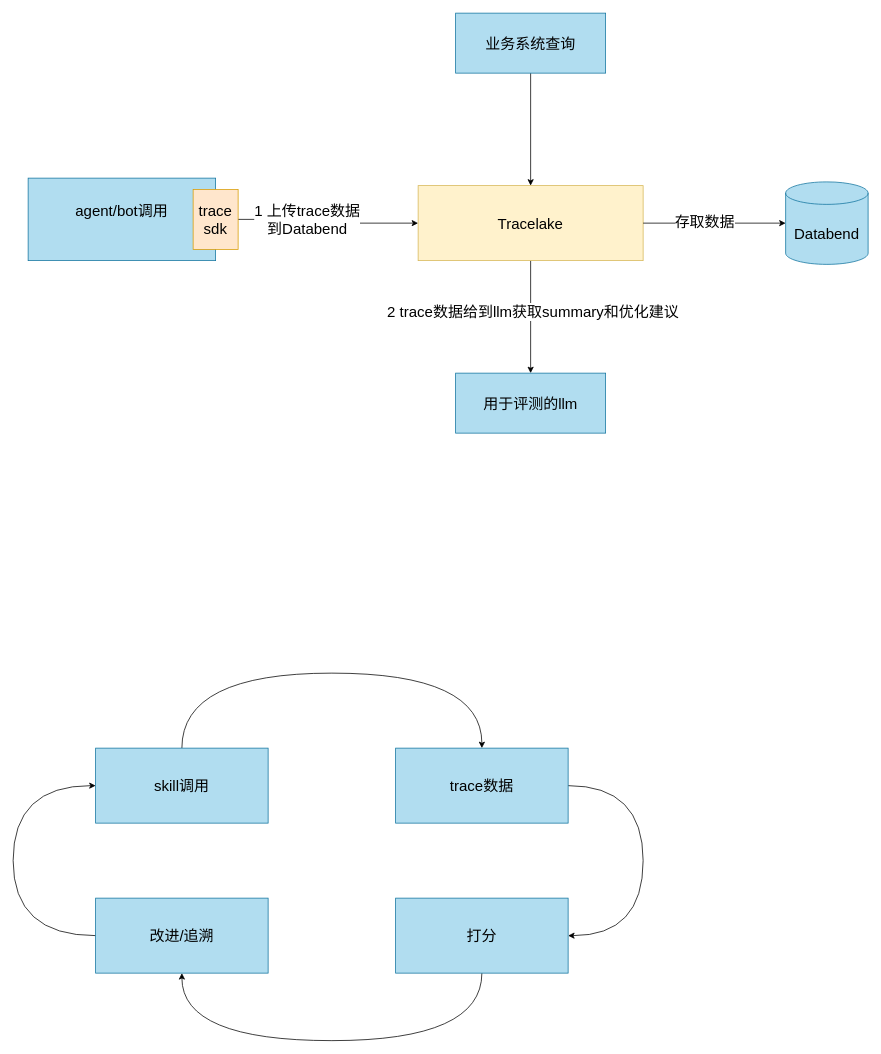
Earlier version of the draw.io diagram doc/llm-trace.drawio (jackjoesh/databend). Source tidied: cells renumbered, new cells numbered last; positions are measured from the earlier drawing's top-left corner, leaving out a move shared by most shapes. Both pictures are drawn from the tidied source at 75%, with x=0, y=0 at pixel (13, 13).
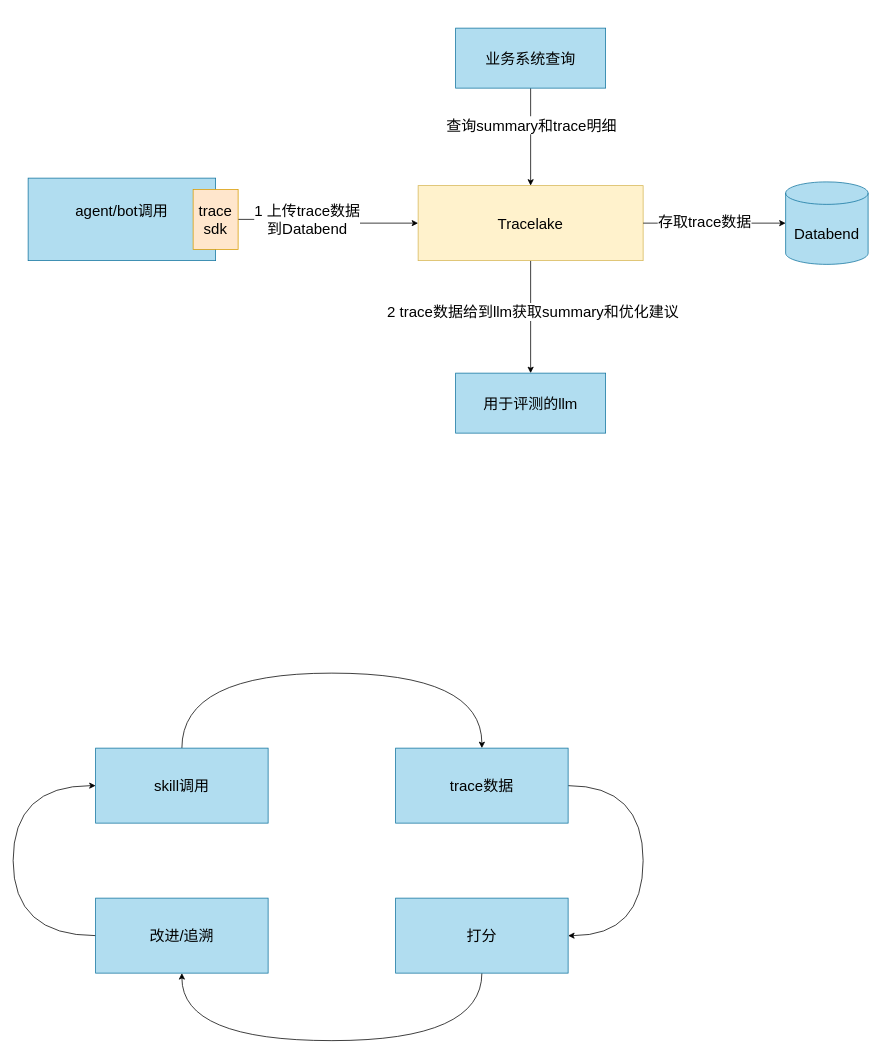
The same diagram, later.

The change refers to these unchanged cells:
```xml
<mxCell id="19" style="edgeStyle=orthogonalEdgeStyle;rounded=0;jettySize=auto;html=1;exitX=1;exitY=0.5;exitDx=0;exitDy=0;entryX=0;entryY=0.5;entryDx=0;entryDy=0;entryPerimeter=0;" parent="1" edge="1" source="18" target="17">
  <mxGeometry relative="1" as="geometry" />
</mxCell>
<mxCell id="21" style="edgeStyle=orthogonalEdgeStyle;rounded=0;jettySize=auto;html=1;exitX=0.5;exitY=1;exitDx=0;exitDy=0;entryX=0.5;entryY=0;entryDx=0;entryDy=0;" parent="1" edge="1" source="22" target="18">
  <mxGeometry relative="1" as="geometry" />
</mxCell>
```

Diff of the diagram source:
```diff
@@
-    <mxCell id="20" value="存取数据" style="edgeLabel;html=1;align=center;verticalAlign=middle;fontSize=20;" parent="19" vertex="1">
+    <mxCell id="20" value="存取trace数据" style="edgeLabel;html=1;align=center;verticalAlign=middle;fontSize=20;" parent="19" vertex="1">
       <mxGeometry x="-0.15" y="4" relative="1" as="geometry" />
     </mxCell>
@@
+    <mxCell id="23" value="查询summary和trace明细" style="edgeLabel;html=1;align=center;verticalAlign=middle;fontSize=20;" parent="21" vertex="1">
+      <mxGeometry x="-0.26" relative="1" as="geometry" />
+    </mxCell>
     <mxCell id="22" value="业务系统查询" style="rounded=0;whiteSpace=wrap;html=1;fillColor=#b1ddf0;strokeColor=#10739e;fontSize=20;" parent="1" vertex="1">
-      <mxGeometry x="590" width="200" height="80" as="geometry" />
+      <mxGeometry x="590" y="20" width="200" height="80" as="geometry" />
     </mxCell>
```
